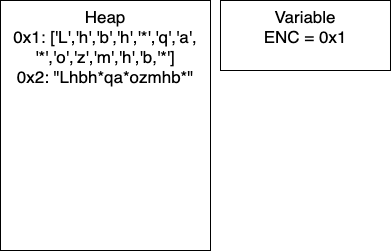
Before: static/images/315mem_map.png, a diagram exported from draw.io (ksu-cs-cc/ksu-cs-cc.github.io). Source tidied: cells renumbered, new cells last; positions are measured from the earlier drawing's top-left corner, leaving out a move shared by most shapes.
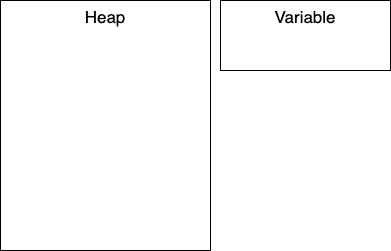
After the commit.

What changed in the source:
```diff
@@ -2,10 +2,10 @@
   <root>
     <mxCell id="0" />
     <mxCell id="1" parent="0" />
-    <mxCell id="2" value="&lt;font style=&quot;font-size: 17px&quot;&gt;Heap&lt;br&gt;0x1: ['L','h','b','h','*','q','a',&lt;br&gt;'*','o','z','m','h','b,'*']&lt;br&gt;0x2: &quot;Lhbh*qa*ozmhb*&quot;&lt;br&gt;&lt;/font&gt;" style="rounded=0;whiteSpace=wrap;html=1;horizontal=1;verticalAlign=top;" parent="1" vertex="1">
+    <mxCell id="2" value="&lt;font style=&quot;font-size: 17px&quot;&gt;Heap&lt;br&gt;&lt;br&gt;&lt;/font&gt;" style="rounded=0;whiteSpace=wrap;html=1;horizontal=1;verticalAlign=top;" parent="1" vertex="1">
       <mxGeometry width="210" height="250" as="geometry" />
     </mxCell>
-    <mxCell id="3" value="&lt;font style=&quot;font-size: 17px&quot;&gt;Variable&lt;br&gt;ENC = 0x1&lt;br&gt;&lt;/font&gt;" style="rounded=0;whiteSpace=wrap;html=1;verticalAlign=top;" parent="1" vertex="1">
+    <mxCell id="3" value="&lt;font style=&quot;font-size: 17px&quot;&gt;Variable&lt;br&gt;&lt;br&gt;&lt;/font&gt;" style="rounded=0;whiteSpace=wrap;html=1;verticalAlign=top;" parent="1" vertex="1">
       <mxGeometry x="220" width="170" height="70" as="geometry" />
     </mxCell>
   </root>
```
